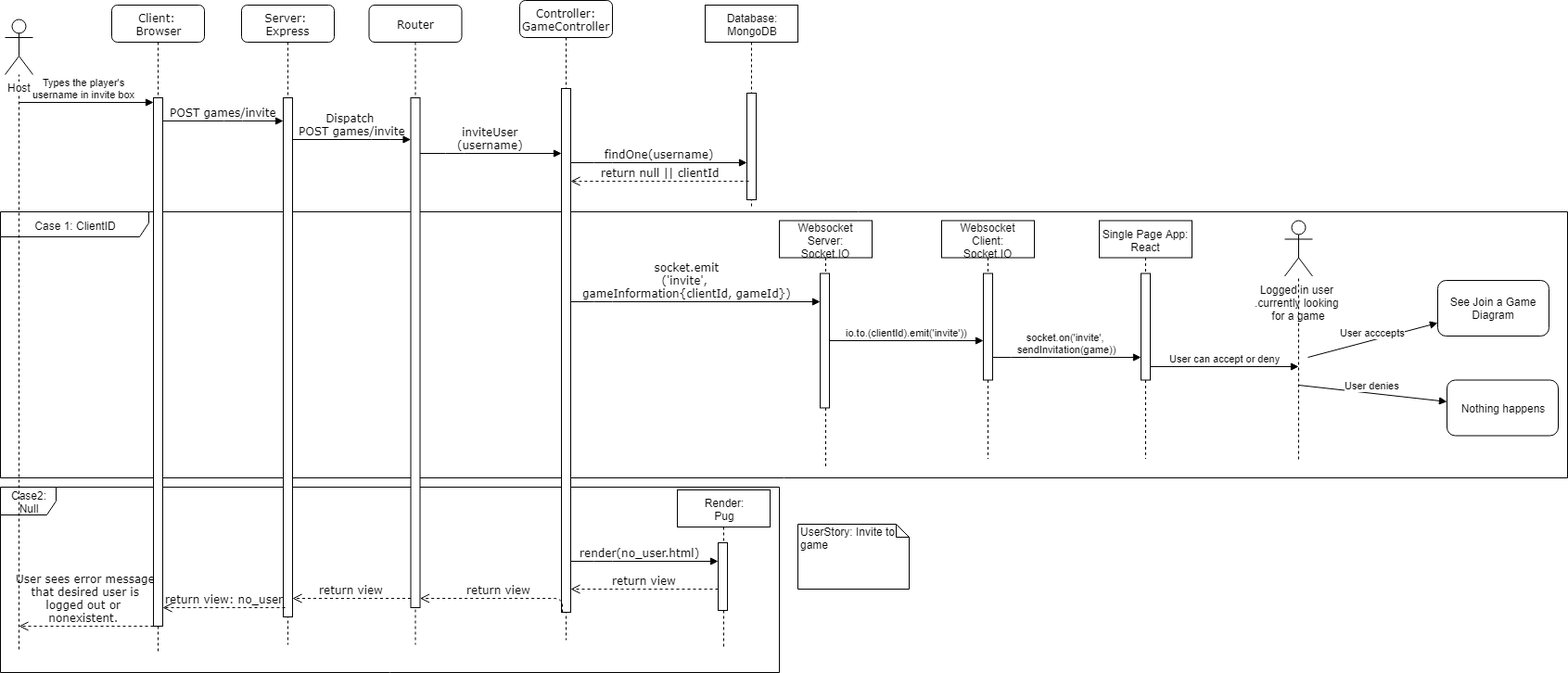
Before: UML_Graphics/Sequence Diagrams/Sequence Diagram_ Invite to a game.png, a diagram exported from draw.io (O-clock-Pulsar/Pictionary-TeamPyjamasque). Source tidied: cells renumbered, new cells last; positions are measured from the earlier drawing's top-left corner, leaving out a move shared by most shapes.
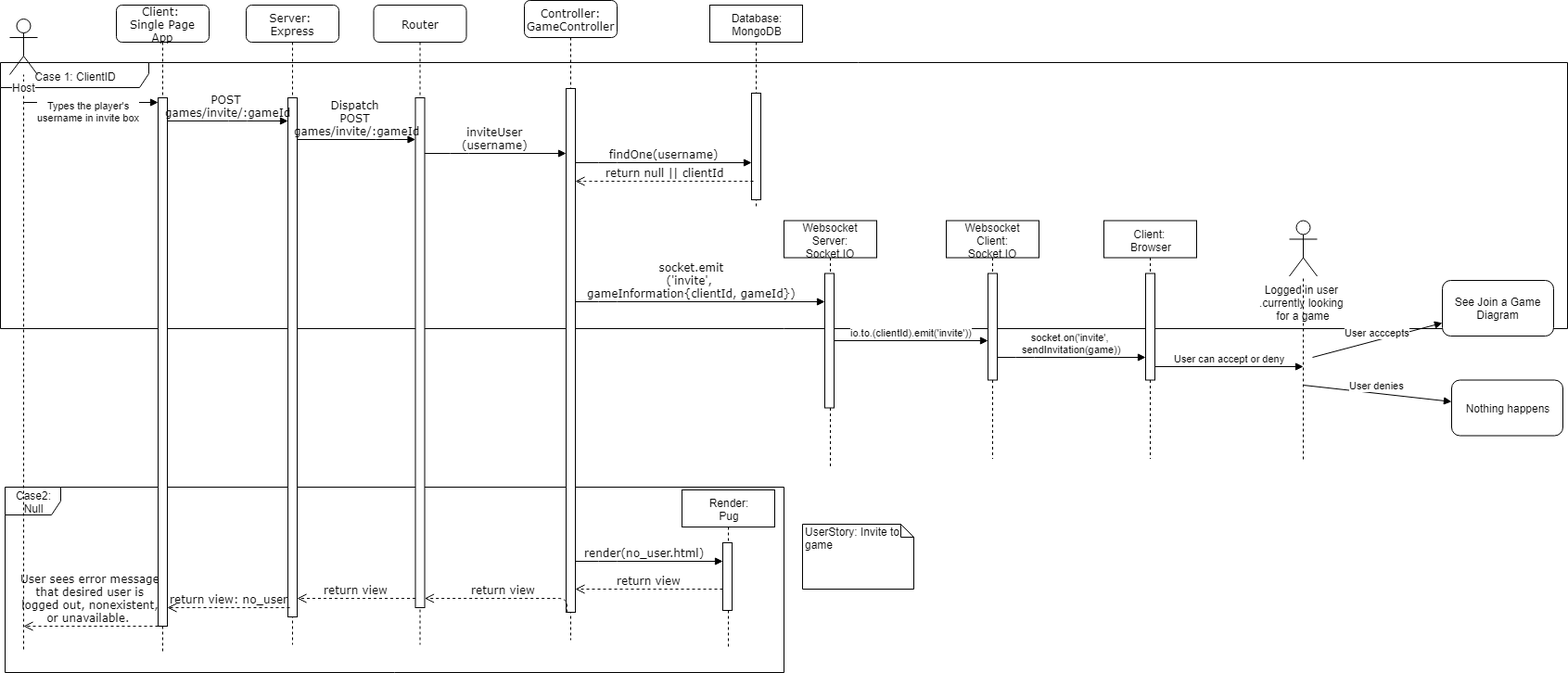
After the change.

Change to the diagram source:
```diff
@@ -6,7 +6,7 @@
       <mxGeometry y="525" width="840" height="200" as="geometry" />
     </mxCell>
     <mxCell id="3" value="Case 1: ClientID" style="shape=umlFrame;whiteSpace=wrap;html=1;width=160;height=27;" parent="1" vertex="1">
-      <mxGeometry y="228" width="1690" height="287" as="geometry" />
+      <mxGeometry x="-5" y="67" width="1690" height="287" as="geometry" />
     </mxCell>
     <mxCell id="4" style="endArrow=none;dashed=1;html=1;" parent="1" edge="1" target="18">
       <mxGeometry relative="1" as="geometry">
@@ -31,7 +31,7 @@
     <mxCell id="10" style="html=1;points=[];perimeter=orthogonalPerimeter;rounded=0;shadow=0;comic=0;labelBackgroundColor=none;strokeColor=#000000;strokeWidth=1;fillColor=#FFFFFF;fontFamily=Verdana;fontSize=12;fontColor=#000000;align=center;" parent="9" vertex="1">
       <mxGeometry x="45" y="95" width="10" height="565" as="geometry" />
     </mxCell>
-    <mxCell id="11" value="Client: &lt;br&gt;Browser" style="shape=umlLifeline;perimeter=lifelinePerimeter;whiteSpace=wrap;html=1;rounded=1;shadow=0;comic=0;labelBackgroundColor=none;strokeColor=#000000;strokeWidth=1;fillColor=#FFFFFF;fontFamily=Verdana;fontSize=12;fontColor=#000000;align=center;" parent="1" vertex="1">
+    <mxCell id="11" value="Client: &lt;br&gt;Single Page App" style="shape=umlLifeline;perimeter=lifelinePerimeter;whiteSpace=wrap;html=1;rounded=1;shadow=0;comic=0;labelBackgroundColor=none;strokeColor=#000000;strokeWidth=1;fillColor=#FFFFFF;fontFamily=Verdana;fontSize=12;fontColor=#000000;align=center;" parent="1" vertex="1">
       <mxGeometry x="120" y="5" width="100" height="700" as="geometry" />
     </mxCell>
     <mxCell id="12" style="html=1;points=[];perimeter=orthogonalPerimeter;rounded=0;shadow=0;comic=0;labelBackgroundColor=none;strokeColor=#000000;strokeWidth=1;fillColor=#FFFFFF;fontFamily=Verdana;fontSize=12;fontColor=#000000;align=center;" parent="11" vertex="1">
@@ -52,7 +52,7 @@
         </Array>
       </mxGeometry>
     </mxCell>
-    <mxCell id="15" value="POST games/invite" style="html=1;verticalAlign=bottom;endArrow=block;labelBackgroundColor=none;fontFamily=Verdana;fontSize=12;edgeStyle=elbowEdgeStyle;elbow=vertical;" parent="1" edge="1" source="12" target="6">
+    <mxCell id="15" value="POST &lt;br&gt;games/invite/:gameId" style="html=1;verticalAlign=bottom;endArrow=block;labelBackgroundColor=none;fontFamily=Verdana;fontSize=12;edgeStyle=elbowEdgeStyle;elbow=vertical;" parent="1" edge="1" source="12" target="6">
       <mxGeometry relative="1" as="geometry">
         <Array as="points">
           <mxPoint x="251" y="130" />
@@ -60,7 +60,7 @@
         </Array>
       </mxGeometry>
     </mxCell>
-    <mxCell id="16" value="Dispatch &lt;br&gt;POST games/invite" style="html=1;verticalAlign=bottom;endArrow=block;labelBackgroundColor=none;fontFamily=Verdana;fontSize=12;edgeStyle=elbowEdgeStyle;elbow=vertical;" parent="1" edge="1" source="6" target="8">
+    <mxCell id="16" value="Dispatch &lt;br&gt;POST &lt;br&gt;games/invite/:gameId" style="html=1;verticalAlign=bottom;endArrow=block;labelBackgroundColor=none;fontFamily=Verdana;fontSize=12;edgeStyle=elbowEdgeStyle;elbow=vertical;" parent="1" edge="1" source="6" target="8">
       <mxGeometry relative="1" as="geometry">
         <Array as="points">
           <mxPoint x="410" y="150" />
@@ -89,7 +89,7 @@
       <mxGeometry relative="1" as="geometry" />
     </mxCell>
     <mxCell id="24" value="Types the player's&lt;br&gt;username in invite box" style="html=1;verticalAlign=bottom;endArrow=block;" parent="1" edge="1" target="12">
-      <mxGeometry x="-0.03" relative="1" as="geometry">
+      <mxGeometry x="-0.03" y="-25" relative="1" as="geometry">
         <mxPoint x="20" y="110" as="sourcePoint" />
       </mxGeometry>
     </mxCell>
@@ -118,7 +118,7 @@
         </Array>
       </mxGeometry>
     </mxCell>
-    <mxCell id="30" value="Single Page App: React" style="shape=umlLifeline;perimeter=lifelinePerimeter;whiteSpace=wrap;html=1;" parent="1" vertex="1">
+    <mxCell id="30" value="Client: &lt;br&gt;Browser" style="shape=umlLifeline;perimeter=lifelinePerimeter;whiteSpace=wrap;html=1;" parent="1" vertex="1">
       <mxGeometry x="1185" y="237.5" width="100" height="257" as="geometry" />
     </mxCell>
     <mxCell id="31" style="html=1;points=[];perimeter=orthogonalPerimeter;" parent="30" vertex="1">
@@ -184,7 +184,7 @@
         </Array>
       </mxGeometry>
     </mxCell>
-    <mxCell id="42" value="User sees error message&lt;br&gt;that desired user is&lt;br&gt;logged out or&amp;nbsp;&lt;br&gt;nonexistent.&amp;nbsp;" style="html=1;verticalAlign=bottom;endArrow=open;dashed=1;endSize=8;labelBackgroundColor=none;fontFamily=Verdana;fontSize=12;edgeStyle=elbowEdgeStyle;elbow=vertical;" parent="1" edge="1" source="12">
+    <mxCell id="42" value="User sees error message&lt;br&gt;that desired user is&lt;br&gt;logged out, nonexistent,&lt;br&gt;or unavailable.&amp;nbsp;" style="html=1;verticalAlign=bottom;endArrow=open;dashed=1;endSize=8;labelBackgroundColor=none;fontFamily=Verdana;fontSize=12;edgeStyle=elbowEdgeStyle;elbow=vertical;" parent="1" edge="1" source="12">
       <mxGeometry relative="1" as="geometry">
         <mxPoint x="20" y="675" as="targetPoint" />
       </mxGeometry>
```
